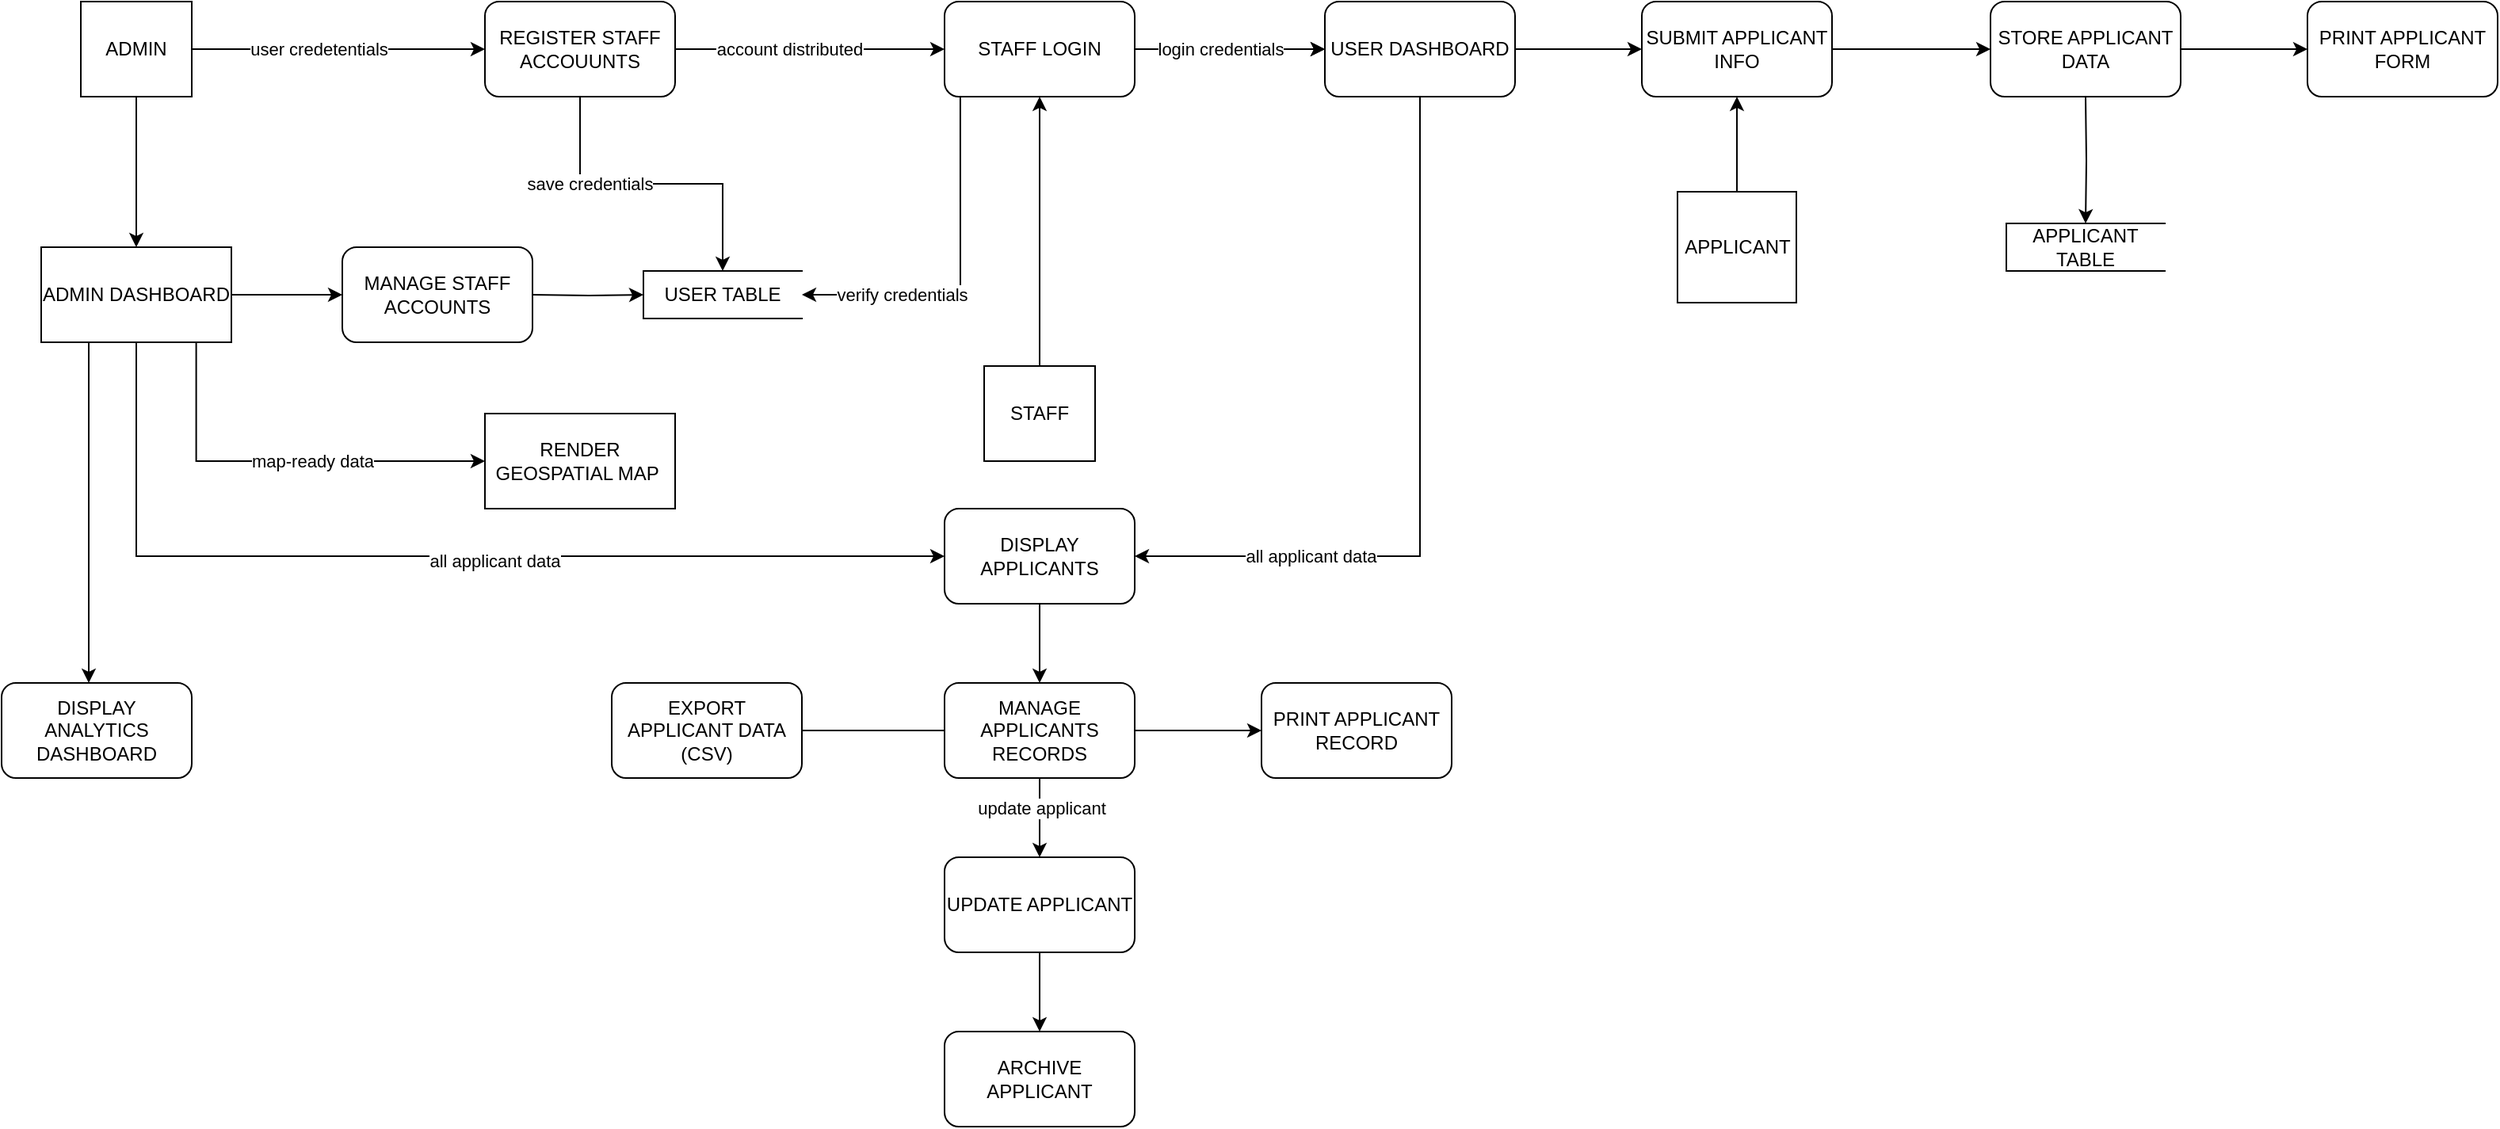
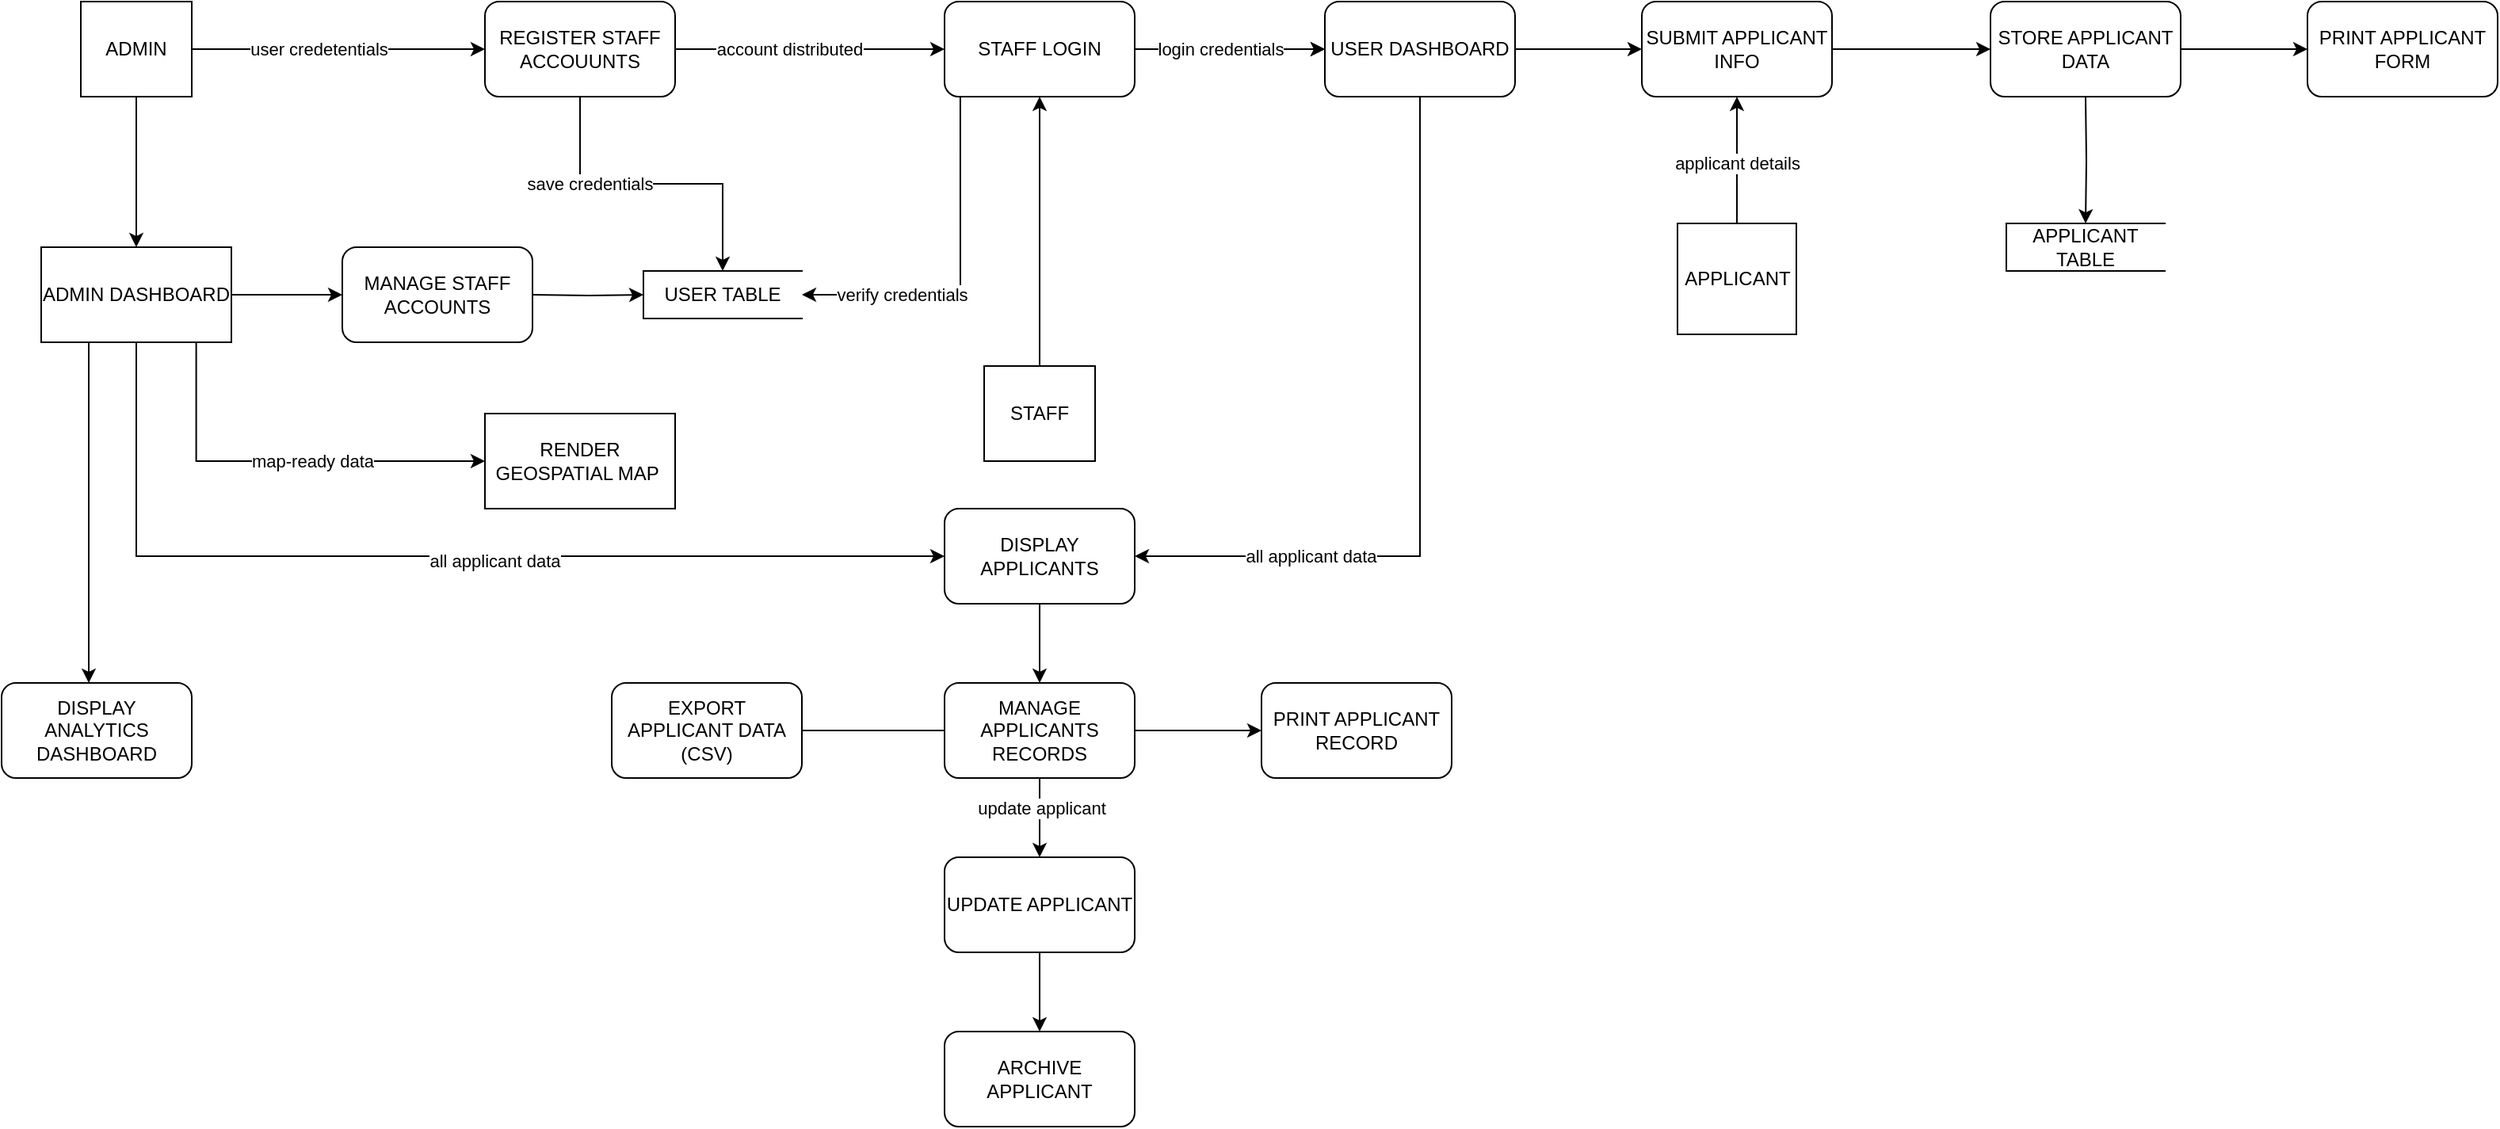
<mxfile host="app.diagrams.net" agent="Mozilla/5.0 (Windows NT 10.0; Win64; x64) AppleWebKit/537.36 (KHTML, like Gecko) Chrome/136.0.0.0 Safari/537.36" version="27.0.6">
  <diagram name="Page-1" id="t5rzh0xJjsQ6xpa7HA2k">
-     <mxGraphModel dx="1830" dy="763" grid="1" gridSize="10" guides="1" tooltips="1" connect="1" arrows="1" fold="1" page="1" pageScale="1" pageWidth="850" pageHeight="1100" math="0" shadow="0">
+     <mxGraphModel dx="883" dy="368" grid="1" gridSize="10" guides="1" tooltips="1" connect="1" arrows="1" fold="1" page="1" pageScale="1" pageWidth="850" pageHeight="1100" math="0" shadow="0">
      <root>
        <mxCell id="0" />
        <mxCell id="1" parent="0" />
        <mxCell id="K7WplHady1vbZabaGS0h-5" value="" style="edgeStyle=orthogonalEdgeStyle;rounded=0;orthogonalLoop=1;jettySize=auto;html=1;" edge="1" parent="1" source="K7WplHady1vbZabaGS0h-1">
          <mxGeometry relative="1" as="geometry">
            <mxPoint x="320" y="80" as="targetPoint" />
          </mxGeometry>
        </mxCell>
        <mxCell id="K7WplHady1vbZabaGS0h-6" value="user credetentials" style="edgeLabel;html=1;align=center;verticalAlign=middle;resizable=0;points=[];" vertex="1" connectable="0" parent="K7WplHady1vbZabaGS0h-5">
          <mxGeometry x="-0.4033" y="1" relative="1" as="geometry">
            <mxPoint x="24" y="1" as="offset" />
          </mxGeometry>
        </mxCell>
        <mxCell id="K7WplHady1vbZabaGS0h-47" value="" style="edgeStyle=orthogonalEdgeStyle;rounded=0;orthogonalLoop=1;jettySize=auto;html=1;" edge="1" parent="1" source="K7WplHady1vbZabaGS0h-1" target="K7WplHady1vbZabaGS0h-46">
          <mxGeometry relative="1" as="geometry" />
        </mxCell>
        <mxCell id="K7WplHady1vbZabaGS0h-1" value="ADMIN" style="rounded=0;whiteSpace=wrap;html=1;" vertex="1" parent="1">
          <mxGeometry x="65" y="50" width="70" height="60" as="geometry" />
        </mxCell>
        <mxCell id="K7WplHady1vbZabaGS0h-10" value="" style="edgeStyle=orthogonalEdgeStyle;rounded=0;orthogonalLoop=1;jettySize=auto;html=1;" edge="1" parent="1">
          <mxGeometry relative="1" as="geometry">
            <mxPoint x="440" y="80" as="sourcePoint" />
            <mxPoint x="610" y="80.04761904761904" as="targetPoint" />
          </mxGeometry>
        </mxCell>
        <mxCell id="K7WplHady1vbZabaGS0h-11" value="account distributed" style="edgeLabel;html=1;align=center;verticalAlign=middle;resizable=0;points=[];" vertex="1" connectable="0" parent="K7WplHady1vbZabaGS0h-10">
          <mxGeometry x="-0.16" y="-2" relative="1" as="geometry">
            <mxPoint y="-2" as="offset" />
          </mxGeometry>
        </mxCell>
        <mxCell id="K7WplHady1vbZabaGS0h-29" value="" style="edgeStyle=orthogonalEdgeStyle;rounded=0;orthogonalLoop=1;jettySize=auto;html=1;exitX=0.5;exitY=1;exitDx=0;exitDy=0;" edge="1" parent="1" source="K7WplHady1vbZabaGS0h-94" target="K7WplHady1vbZabaGS0h-28">
          <mxGeometry relative="1" as="geometry">
            <mxPoint x="370" y="150" as="sourcePoint" />
          </mxGeometry>
        </mxCell>
        <mxCell id="K7WplHady1vbZabaGS0h-81" value="save credentials" style="edgeLabel;html=1;align=center;verticalAlign=middle;resizable=0;points=[];" vertex="1" connectable="0" parent="K7WplHady1vbZabaGS0h-29">
          <mxGeometry x="-0.3903" relative="1" as="geometry">
            <mxPoint as="offset" />
          </mxGeometry>
        </mxCell>
        <mxCell id="K7WplHady1vbZabaGS0h-13" value="" style="edgeStyle=orthogonalEdgeStyle;rounded=0;orthogonalLoop=1;jettySize=auto;html=1;" edge="1" parent="1">
          <mxGeometry relative="1" as="geometry">
            <mxPoint x="970" y="80" as="sourcePoint" />
            <mxPoint x="1050" y="80.04761904761904" as="targetPoint" />
          </mxGeometry>
        </mxCell>
        <mxCell id="K7WplHady1vbZabaGS0h-24" value="" style="edgeStyle=orthogonalEdgeStyle;rounded=0;orthogonalLoop=1;jettySize=auto;html=1;" edge="1" parent="1">
          <mxGeometry relative="1" as="geometry">
            <mxPoint x="730" y="80" as="sourcePoint" />
            <mxPoint x="850" y="80.04761904761904" as="targetPoint" />
          </mxGeometry>
        </mxCell>
        <mxCell id="K7WplHady1vbZabaGS0h-30" style="edgeStyle=orthogonalEdgeStyle;rounded=0;orthogonalLoop=1;jettySize=auto;html=1;entryX=1;entryY=0.5;entryDx=0;entryDy=0;exitX=0.083;exitY=1;exitDx=0;exitDy=0;exitPerimeter=0;" edge="1" parent="1" target="K7WplHady1vbZabaGS0h-28">
          <mxGeometry relative="1" as="geometry">
            <mxPoint x="619.96" y="110" as="sourcePoint" />
            <Array as="points">
              <mxPoint x="620" y="235" />
            </Array>
          </mxGeometry>
        </mxCell>
        <mxCell id="K7WplHady1vbZabaGS0h-31" value="verify credentials" style="edgeLabel;html=1;align=center;verticalAlign=middle;resizable=0;points=[];" vertex="1" connectable="0" parent="K7WplHady1vbZabaGS0h-30">
          <mxGeometry x="0.6146" y="4" relative="1" as="geometry">
            <mxPoint x="19" y="-4" as="offset" />
          </mxGeometry>
        </mxCell>
        <mxCell id="K7WplHady1vbZabaGS0h-57" value="" style="edgeStyle=orthogonalEdgeStyle;rounded=0;orthogonalLoop=1;jettySize=auto;html=1;" edge="1" parent="1">
          <mxGeometry relative="1" as="geometry">
            <mxPoint x="1170" y="80" as="sourcePoint" />
            <mxPoint x="1270" y="80.04761904761904" as="targetPoint" />
          </mxGeometry>
        </mxCell>
        <mxCell id="K7WplHady1vbZabaGS0h-17" value="" style="edgeStyle=orthogonalEdgeStyle;rounded=0;orthogonalLoop=1;jettySize=auto;html=1;" edge="1" parent="1" source="K7WplHady1vbZabaGS0h-16">
          <mxGeometry relative="1" as="geometry">
            <mxPoint x="670" y="110" as="targetPoint" />
          </mxGeometry>
        </mxCell>
        <mxCell id="K7WplHady1vbZabaGS0h-16" value="STAFF" style="rounded=0;whiteSpace=wrap;html=1;" vertex="1" parent="1">
          <mxGeometry x="635" y="280" width="70" height="60" as="geometry" />
        </mxCell>
        <mxCell id="K7WplHady1vbZabaGS0h-34" style="edgeStyle=orthogonalEdgeStyle;rounded=0;orthogonalLoop=1;jettySize=auto;html=1;entryX=0.5;entryY=0;entryDx=0;entryDy=0;" edge="1" parent="1" target="K7WplHady1vbZabaGS0h-32">
          <mxGeometry relative="1" as="geometry">
            <mxPoint x="1330" y="110" as="sourcePoint" />
          </mxGeometry>
        </mxCell>
        <mxCell id="K7WplHady1vbZabaGS0h-43" value="" style="edgeStyle=orthogonalEdgeStyle;rounded=0;orthogonalLoop=1;jettySize=auto;html=1;" edge="1" parent="1">
          <mxGeometry relative="1" as="geometry">
            <mxPoint x="1390" y="80" as="sourcePoint" />
            <mxPoint x="1470" y="80.04761904761904" as="targetPoint" />
          </mxGeometry>
        </mxCell>
        <mxCell id="K7WplHady1vbZabaGS0h-25" value="" style="edgeStyle=orthogonalEdgeStyle;rounded=0;orthogonalLoop=1;jettySize=auto;html=1;" edge="1" parent="1">
          <mxGeometry relative="1" as="geometry">
            <mxPoint x="730" y="80" as="sourcePoint" />
            <mxPoint x="850" y="80.04761904761904" as="targetPoint" />
          </mxGeometry>
        </mxCell>
        <mxCell id="K7WplHady1vbZabaGS0h-27" value="login credentials" style="edgeLabel;html=1;align=center;verticalAlign=middle;resizable=0;points=[];" vertex="1" connectable="0" parent="K7WplHady1vbZabaGS0h-25">
          <mxGeometry x="-0.2134" y="2" relative="1" as="geometry">
            <mxPoint x="7" y="2" as="offset" />
          </mxGeometry>
        </mxCell>
        <mxCell id="K7WplHady1vbZabaGS0h-82" style="edgeStyle=orthogonalEdgeStyle;rounded=0;orthogonalLoop=1;jettySize=auto;html=1;entryX=1;entryY=0.5;entryDx=0;entryDy=0;" edge="1" parent="1">
          <mxGeometry relative="1" as="geometry">
            <mxPoint x="910" y="110" as="sourcePoint" />
            <mxPoint x="730" y="400" as="targetPoint" />
            <Array as="points">
              <mxPoint x="910" y="400" />
            </Array>
          </mxGeometry>
        </mxCell>
        <mxCell id="K7WplHady1vbZabaGS0h-88" value="all applicant data" style="edgeLabel;html=1;align=center;verticalAlign=middle;resizable=0;points=[];" vertex="1" connectable="0" parent="K7WplHady1vbZabaGS0h-82">
          <mxGeometry x="0.4446" y="3" relative="1" as="geometry">
            <mxPoint x="-20" y="-3" as="offset" />
          </mxGeometry>
        </mxCell>
        <mxCell id="K7WplHady1vbZabaGS0h-28" value="USER TABLE" style="html=1;dashed=0;whiteSpace=wrap;shape=partialRectangle;right=0;" vertex="1" parent="1">
          <mxGeometry x="420" y="220" width="100" height="30" as="geometry" />
        </mxCell>
        <mxCell id="K7WplHady1vbZabaGS0h-32" value="APPLICANT TABLE" style="html=1;dashed=0;whiteSpace=wrap;shape=partialRectangle;right=0;" vertex="1" parent="1">
          <mxGeometry x="1280" y="190" width="100" height="30" as="geometry" />
        </mxCell>
        <mxCell id="K7WplHady1vbZabaGS0h-53" value="" style="edgeStyle=orthogonalEdgeStyle;rounded=0;orthogonalLoop=1;jettySize=auto;html=1;exitX=0.815;exitY=0.954;exitDx=0;exitDy=0;exitPerimeter=0;" edge="1" parent="1" source="K7WplHady1vbZabaGS0h-46" target="K7WplHady1vbZabaGS0h-52">
          <mxGeometry relative="1" as="geometry">
            <Array as="points">
              <mxPoint x="138" y="340" />
            </Array>
          </mxGeometry>
        </mxCell>
        <mxCell id="K7WplHady1vbZabaGS0h-92" value="map-ready data" style="edgeLabel;html=1;align=center;verticalAlign=middle;resizable=0;points=[];" vertex="1" connectable="0" parent="K7WplHady1vbZabaGS0h-53">
          <mxGeometry x="0.0491" y="-3" relative="1" as="geometry">
            <mxPoint x="14" y="-3" as="offset" />
          </mxGeometry>
        </mxCell>
        <mxCell id="K7WplHady1vbZabaGS0h-59" value="" style="edgeStyle=orthogonalEdgeStyle;rounded=0;orthogonalLoop=1;jettySize=auto;html=1;" edge="1" parent="1" source="K7WplHady1vbZabaGS0h-46">
          <mxGeometry relative="1" as="geometry">
            <mxPoint x="230" y="235" as="targetPoint" />
          </mxGeometry>
        </mxCell>
        <mxCell id="K7WplHady1vbZabaGS0h-73" style="edgeStyle=orthogonalEdgeStyle;rounded=0;orthogonalLoop=1;jettySize=auto;html=1;entryX=0;entryY=0.5;entryDx=0;entryDy=0;exitX=0.5;exitY=1;exitDx=0;exitDy=0;" edge="1" parent="1" source="K7WplHady1vbZabaGS0h-46">
          <mxGeometry relative="1" as="geometry">
            <mxPoint x="500" y="430" as="sourcePoint" />
            <mxPoint x="610" y="400" as="targetPoint" />
            <Array as="points">
              <mxPoint x="100" y="400" />
            </Array>
          </mxGeometry>
        </mxCell>
        <mxCell id="K7WplHady1vbZabaGS0h-80" value="all applicant data" style="edgeLabel;html=1;align=center;verticalAlign=middle;resizable=0;points=[];" vertex="1" connectable="0" parent="K7WplHady1vbZabaGS0h-73">
          <mxGeometry x="0.1198" y="-3" relative="1" as="geometry">
            <mxPoint as="offset" />
          </mxGeometry>
        </mxCell>
        <mxCell id="K7WplHady1vbZabaGS0h-46" value="ADMIN DASHBOARD" style="whiteSpace=wrap;html=1;rounded=0;" vertex="1" parent="1">
          <mxGeometry x="40" y="205" width="120" height="60" as="geometry" />
        </mxCell>
        <mxCell id="K7WplHady1vbZabaGS0h-62" value="" style="edgeStyle=orthogonalEdgeStyle;rounded=0;orthogonalLoop=1;jettySize=auto;html=1;" edge="1" parent="1">
          <mxGeometry relative="1" as="geometry">
            <mxPoint x="70" y="265" as="sourcePoint" />
            <mxPoint x="70" y="480" as="targetPoint" />
          </mxGeometry>
        </mxCell>
        <mxCell id="K7WplHady1vbZabaGS0h-52" value="RENDER GEOSPATIAL MAP&amp;nbsp;" style="whiteSpace=wrap;html=1;rounded=0;" vertex="1" parent="1">
          <mxGeometry x="320" y="310" width="120" height="60" as="geometry" />
        </mxCell>
        <mxCell id="K7WplHady1vbZabaGS0h-93" value="" style="edgeStyle=orthogonalEdgeStyle;rounded=0;orthogonalLoop=1;jettySize=auto;html=1;" edge="1" parent="1" source="K7WplHady1vbZabaGS0h-44">
          <mxGeometry relative="1" as="geometry">
            <mxPoint x="1110" y="110" as="targetPoint" />
          </mxGeometry>
        </mxCell>
+         <mxCell id="K7WplHady1vbZabaGS0h-113" value="applicant details" style="edgeLabel;html=1;align=center;verticalAlign=middle;resizable=0;points=[];" vertex="1" connectable="0" parent="K7WplHady1vbZabaGS0h-93">
+           <mxGeometry x="-0.0537" relative="1" as="geometry">
+             <mxPoint as="offset" />
+           </mxGeometry>
+         </mxCell>
        <mxCell id="K7WplHady1vbZabaGS0h-44" value="APPLICANT" style="whiteSpace=wrap;html=1;rounded=0;" vertex="1" parent="1">
-           <mxGeometry x="1072.5" y="170" width="75" height="70" as="geometry" />
+           <mxGeometry x="1072.5" y="190" width="75" height="70" as="geometry" />
        </mxCell>
        <mxCell id="K7WplHady1vbZabaGS0h-60" value="" style="edgeStyle=orthogonalEdgeStyle;rounded=0;orthogonalLoop=1;jettySize=auto;html=1;" edge="1" parent="1" target="K7WplHady1vbZabaGS0h-28">
          <mxGeometry relative="1" as="geometry">
            <mxPoint x="350" y="235" as="sourcePoint" />
          </mxGeometry>
        </mxCell>
        <mxCell id="K7WplHady1vbZabaGS0h-76" value="" style="edgeStyle=orthogonalEdgeStyle;rounded=0;orthogonalLoop=1;jettySize=auto;html=1;" edge="1" parent="1">
          <mxGeometry relative="1" as="geometry">
            <mxPoint x="670" y="430" as="sourcePoint" />
            <mxPoint x="670" y="480" as="targetPoint" />
          </mxGeometry>
        </mxCell>
        <mxCell id="K7WplHady1vbZabaGS0h-77" value="" style="edgeStyle=orthogonalEdgeStyle;rounded=0;orthogonalLoop=1;jettySize=auto;html=1;" edge="1" parent="1">
          <mxGeometry relative="1" as="geometry">
            <mxPoint x="610" y="510" as="sourcePoint" />
            <mxPoint x="510" y="510" as="targetPoint" />
          </mxGeometry>
        </mxCell>
        <mxCell id="K7WplHady1vbZabaGS0h-79" value="" style="edgeStyle=orthogonalEdgeStyle;rounded=0;orthogonalLoop=1;jettySize=auto;html=1;" edge="1" parent="1">
          <mxGeometry relative="1" as="geometry">
            <mxPoint x="670" y="540" as="sourcePoint" />
            <mxPoint x="670" y="590" as="targetPoint" />
          </mxGeometry>
        </mxCell>
        <mxCell id="K7WplHady1vbZabaGS0h-85" value="update applicant" style="edgeLabel;html=1;align=center;verticalAlign=middle;resizable=0;points=[];" vertex="1" connectable="0" parent="K7WplHady1vbZabaGS0h-79">
          <mxGeometry x="-0.232" y="1" relative="1" as="geometry">
            <mxPoint as="offset" />
          </mxGeometry>
        </mxCell>
        <mxCell id="K7WplHady1vbZabaGS0h-87" value="" style="edgeStyle=orthogonalEdgeStyle;rounded=0;orthogonalLoop=1;jettySize=auto;html=1;" edge="1" parent="1">
          <mxGeometry relative="1" as="geometry">
            <mxPoint x="730" y="510" as="sourcePoint" />
            <mxPoint x="810" y="510" as="targetPoint" />
          </mxGeometry>
        </mxCell>
        <mxCell id="K7WplHady1vbZabaGS0h-84" value="" style="edgeStyle=orthogonalEdgeStyle;rounded=0;orthogonalLoop=1;jettySize=auto;html=1;" edge="1" parent="1">
          <mxGeometry relative="1" as="geometry">
            <mxPoint x="670" y="650" as="sourcePoint" />
            <mxPoint x="670" y="700" as="targetPoint" />
          </mxGeometry>
        </mxCell>
        <mxCell id="K7WplHady1vbZabaGS0h-94" value="REGISTER STAFF ACCOUUNTS" style="rounded=1;whiteSpace=wrap;html=1;" vertex="1" parent="1">
          <mxGeometry x="320" y="50" width="120" height="60" as="geometry" />
        </mxCell>
        <mxCell id="K7WplHady1vbZabaGS0h-95" value="STAFF LOGIN" style="rounded=1;whiteSpace=wrap;html=1;" vertex="1" parent="1">
          <mxGeometry x="610" y="50" width="120" height="60" as="geometry" />
        </mxCell>
        <mxCell id="K7WplHady1vbZabaGS0h-96" value="USER DASHBOARD" style="rounded=1;whiteSpace=wrap;html=1;" vertex="1" parent="1">
          <mxGeometry x="850" y="50" width="120" height="60" as="geometry" />
        </mxCell>
        <mxCell id="K7WplHady1vbZabaGS0h-97" value="SUBMIT APPLICANT INFO" style="rounded=1;whiteSpace=wrap;html=1;" vertex="1" parent="1">
          <mxGeometry x="1050" y="50" width="120" height="60" as="geometry" />
        </mxCell>
        <mxCell id="K7WplHady1vbZabaGS0h-98" value="STORE APPLICANT DATA" style="rounded=1;whiteSpace=wrap;html=1;" vertex="1" parent="1">
          <mxGeometry x="1270" y="50" width="120" height="60" as="geometry" />
        </mxCell>
        <mxCell id="K7WplHady1vbZabaGS0h-99" value="PRINT APPLICANT FORM" style="rounded=1;whiteSpace=wrap;html=1;" vertex="1" parent="1">
          <mxGeometry x="1470" y="50" width="120" height="60" as="geometry" />
        </mxCell>
        <mxCell id="K7WplHady1vbZabaGS0h-100" value="MANAGE STAFF ACCOUNTS" style="rounded=1;whiteSpace=wrap;html=1;" vertex="1" parent="1">
          <mxGeometry x="230" y="205" width="120" height="60" as="geometry" />
        </mxCell>
        <mxCell id="K7WplHady1vbZabaGS0h-102" value="DISPLAY ANALYTICS DASHBOARD" style="rounded=1;whiteSpace=wrap;html=1;" vertex="1" parent="1">
          <mxGeometry x="15" y="480" width="120" height="60" as="geometry" />
        </mxCell>
        <mxCell id="K7WplHady1vbZabaGS0h-105" value="DISPLAY APPLICANTS" style="rounded=1;whiteSpace=wrap;html=1;" vertex="1" parent="1">
          <mxGeometry x="610" y="370" width="120" height="60" as="geometry" />
        </mxCell>
        <mxCell id="K7WplHady1vbZabaGS0h-108" value="MANAGE APPLICANTS&lt;div&gt;RECORDS&lt;/div&gt;" style="rounded=1;whiteSpace=wrap;html=1;" vertex="1" parent="1">
          <mxGeometry x="610" y="480" width="120" height="60" as="geometry" />
        </mxCell>
        <mxCell id="K7WplHady1vbZabaGS0h-109" value="EXPORT APPLICANT DATA (CSV)" style="rounded=1;whiteSpace=wrap;html=1;" vertex="1" parent="1">
          <mxGeometry x="400" y="480" width="120" height="60" as="geometry" />
        </mxCell>
        <mxCell id="K7WplHady1vbZabaGS0h-110" value="PRINT APPLICANT RECORD" style="rounded=1;whiteSpace=wrap;html=1;" vertex="1" parent="1">
          <mxGeometry x="810" y="480" width="120" height="60" as="geometry" />
        </mxCell>
        <mxCell id="K7WplHady1vbZabaGS0h-111" value="UPDATE APPLICANT" style="rounded=1;whiteSpace=wrap;html=1;" vertex="1" parent="1">
          <mxGeometry x="610" y="590" width="120" height="60" as="geometry" />
        </mxCell>
        <mxCell id="K7WplHady1vbZabaGS0h-112" value="ARCHIVE APPLICANT" style="rounded=1;whiteSpace=wrap;html=1;" vertex="1" parent="1">
          <mxGeometry x="610" y="700" width="120" height="60" as="geometry" />
        </mxCell>
      </root>
    </mxGraphModel>
  </diagram>
</mxfile>
